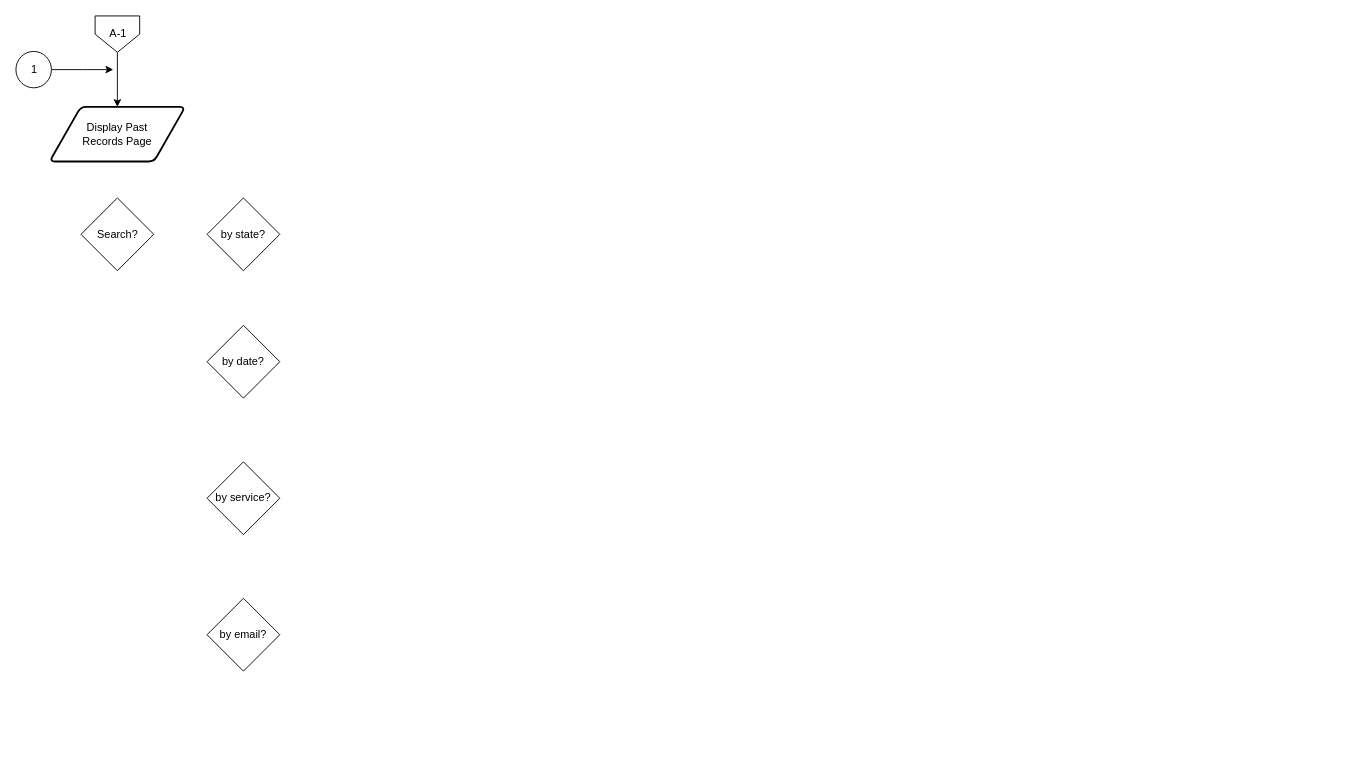
The draw.io diagram page "(A-2) Past Records" (4 of 10) of Flowchart.drawio in justpaulmiguel/Web1Proj, before the edit. Source tidied: cells renumbered, new cells numbered last; positions are measured from the earlier drawing's top-left corner, leaving out a move shared by most shapes. Both pictures are drawn from the tidied source at 91%, with x=0, y=0 at pixel (15, 15).
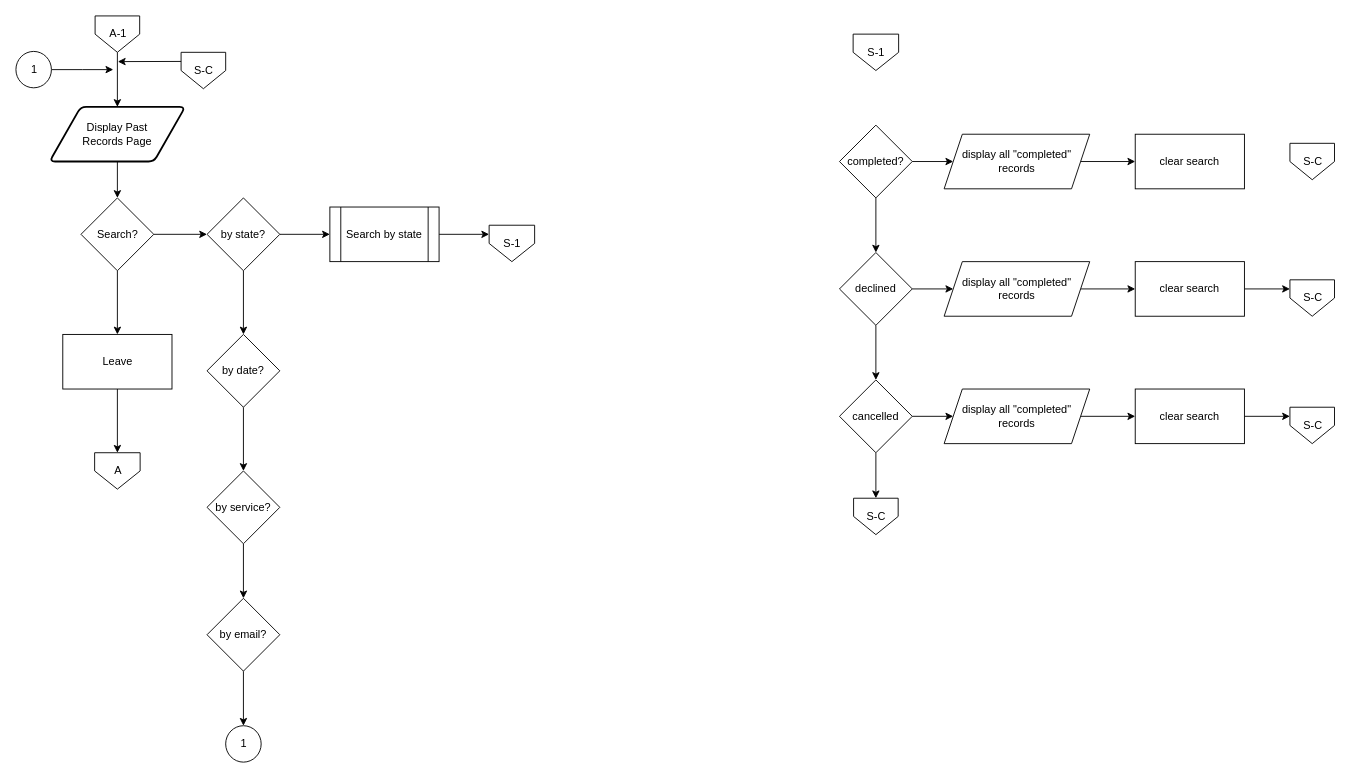
Above is the later version.

Unchanged cells that the change refers to:
```xml
<mxCell id="6" value="Display Past&lt;br&gt;Records&amp;nbsp;Page" style="shape=parallelogram;html=1;strokeWidth=2;perimeter=parallelogramPerimeter;whiteSpace=wrap;rounded=1;arcSize=12;size=0.23;" parent="1" vertex="1">
  <mxGeometry x="37" y="100" width="149" height="60" as="geometry" />
</mxCell>
<mxCell id="7" value="Search?" style="rhombus;whiteSpace=wrap;html=1;" parent="1" vertex="1">
  <mxGeometry x="71.5" y="200" width="80" height="80" as="geometry" />
</mxCell>
<mxCell id="8" value="by state?" style="rhombus;whiteSpace=wrap;html=1;" parent="1" vertex="1">
  <mxGeometry x="210" y="200" width="80" height="80" as="geometry" />
</mxCell>
<mxCell id="11" value="by email?" style="rhombus;whiteSpace=wrap;html=1;" parent="1" vertex="1">
  <mxGeometry x="210" y="640" width="80" height="80" as="geometry" />
</mxCell>
```

What changed in the source:
```diff
@@
+    <mxCell id="12" style="edgeStyle=none;html=1;exitX=0.5;exitY=1;exitDx=0;exitDy=0;entryX=0.5;entryY=0;entryDx=0;entryDy=0;" parent="1" edge="1" source="6" target="7">
+      <mxGeometry relative="1" as="geometry" />
+    </mxCell>
@@
+    <mxCell id="13" style="edgeStyle=none;html=1;exitX=1;exitY=0.5;exitDx=0;exitDy=0;entryX=0;entryY=0.5;entryDx=0;entryDy=0;" parent="1" edge="1" source="7" target="8">
+      <mxGeometry relative="1" as="geometry" />
+    </mxCell>
+    <mxCell id="14" style="edgeStyle=none;html=1;exitX=0.5;exitY=1;exitDx=0;exitDy=0;entryX=0.5;entryY=0;entryDx=0;entryDy=0;" parent="1" edge="1" source="7" target="21">
+      <mxGeometry relative="1" as="geometry" />
+    </mxCell>
@@
+    <mxCell id="15" style="edgeStyle=none;html=1;exitX=0.5;exitY=1;exitDx=0;exitDy=0;entryX=0.5;entryY=0;entryDx=0;entryDy=0;" parent="1" edge="1" source="8" target="9">
+      <mxGeometry relative="1" as="geometry" />
+    </mxCell>
+    <mxCell id="16" style="edgeStyle=none;html=1;exitX=1;exitY=0.5;exitDx=0;exitDy=0;entryX=0;entryY=0.5;entryDx=0;entryDy=0;" parent="1" edge="1" source="8" target="25">
+      <mxGeometry relative="1" as="geometry" />
+    </mxCell>
@@
+    <mxCell id="17" style="edgeStyle=none;html=1;exitX=0.5;exitY=1;exitDx=0;exitDy=0;entryX=0.5;entryY=0;entryDx=0;entryDy=0;" parent="1" edge="1" source="9" target="10">
+      <mxGeometry relative="1" as="geometry" />
+    </mxCell>
     <mxCell id="9" value="by date?" style="rhombus;whiteSpace=wrap;html=1;" parent="1" vertex="1">
-      <mxGeometry x="210" y="340" width="80" height="80" as="geometry" />
+      <mxGeometry x="210" y="350" width="80" height="80" as="geometry" />
     </mxCell>
+    <mxCell id="18" style="edgeStyle=none;html=1;exitX=0.5;exitY=1;exitDx=0;exitDy=0;entryX=0.5;entryY=0;entryDx=0;entryDy=0;" parent="1" edge="1" source="10" target="11">
+      <mxGeometry relative="1" as="geometry" />
+    </mxCell>
     <mxCell id="10" value="by service?" style="rhombus;whiteSpace=wrap;html=1;" parent="1" vertex="1">
-      <mxGeometry x="210" y="490" width="80" height="80" as="geometry" />
+      <mxGeometry x="210" y="500" width="80" height="80" as="geometry" />
     </mxCell>
+    <mxCell id="19" style="edgeStyle=none;html=1;exitX=0.5;exitY=1;exitDx=0;exitDy=0;entryX=0.5;entryY=0;entryDx=0;entryDy=0;entryPerimeter=0;" parent="1" edge="1" source="11" target="23">
+      <mxGeometry relative="1" as="geometry" />
+    </mxCell>
@@
+    <mxCell id="20" style="edgeStyle=none;html=1;exitX=0.5;exitY=1;exitDx=0;exitDy=0;entryX=0.5;entryY=0;entryDx=0;entryDy=0;" parent="1" edge="1" source="21" target="22">
+      <mxGeometry relative="1" as="geometry" />
+    </mxCell>
+    <mxCell id="21" value="Leave" style="rounded=0;whiteSpace=wrap;html=1;" parent="1" vertex="1">
+      <mxGeometry x="51.5" y="350" width="120" height="60" as="geometry" />
+    </mxCell>
+    <mxCell id="22" value="A" style="verticalLabelPosition=middle;verticalAlign=middle;html=1;shape=offPageConnector;rounded=0;size=0.5;labelPosition=center;align=center;" parent="1" vertex="1">
+      <mxGeometry x="86.5" y="480" width="50" height="40" as="geometry" />
+    </mxCell>
+    <mxCell id="23" value="1" style="verticalLabelPosition=middle;verticalAlign=middle;html=1;shape=mxgraph.flowchart.on-page_reference;labelPosition=center;align=center;" parent="1" vertex="1">
+      <mxGeometry x="230.5" y="780" width="39" height="40" as="geometry" />
+    </mxCell>
+    <mxCell id="24" style="edgeStyle=none;html=1;exitX=1;exitY=0.5;exitDx=0;exitDy=0;entryX=0;entryY=0.25;entryDx=0;entryDy=0;" parent="1" edge="1" source="25" target="26">
+      <mxGeometry relative="1" as="geometry" />
+    </mxCell>
+    <mxCell id="25" value="Search by state" style="shape=process;whiteSpace=wrap;html=1;backgroundOutline=1;" parent="1" vertex="1">
+      <mxGeometry x="345" y="210" width="120" height="60" as="geometry" />
+    </mxCell>
+    <mxCell id="26" value="S-1" style="verticalLabelPosition=middle;verticalAlign=middle;html=1;shape=offPageConnector;rounded=0;size=0.5;labelPosition=center;align=center;" parent="1" vertex="1">
+      <mxGeometry x="520" y="230" width="50" height="40" as="geometry" />
+    </mxCell>
+    <mxCell id="27" value="S-1" style="verticalLabelPosition=middle;verticalAlign=middle;html=1;shape=offPageConnector;rounded=0;size=0.5;labelPosition=center;align=center;" parent="1" vertex="1">
+      <mxGeometry x="920" y="20" width="50" height="40" as="geometry" />
+    </mxCell>
+    <mxCell id="28" style="edgeStyle=none;html=1;exitX=0.5;exitY=1;exitDx=0;exitDy=0;entryX=0.5;entryY=0;entryDx=0;entryDy=0;" parent="1" edge="1" source="30" target="33">
+      <mxGeometry relative="1" as="geometry" />
+    </mxCell>
+    <mxCell id="29" style="edgeStyle=none;html=1;exitX=1;exitY=0.5;exitDx=0;exitDy=0;" parent="1" edge="1" source="30" target="38">
+      <mxGeometry relative="1" as="geometry" />
+    </mxCell>
+    <mxCell id="30" value="completed?" style="rhombus;whiteSpace=wrap;html=1;" parent="1" vertex="1">
+      <mxGeometry x="905" y="120" width="80" height="80" as="geometry" />
+    </mxCell>
+    <mxCell id="31" style="edgeStyle=none;html=1;exitX=0.5;exitY=1;exitDx=0;exitDy=0;entryX=0.5;entryY=0;entryDx=0;entryDy=0;" parent="1" edge="1" source="33" target="36">
+      <mxGeometry relative="1" as="geometry" />
+    </mxCell>
+    <mxCell id="32" style="edgeStyle=none;html=1;exitX=1;exitY=0.5;exitDx=0;exitDy=0;entryX=0;entryY=0.5;entryDx=0;entryDy=0;" parent="1" edge="1" source="33" target="44">
+      <mxGeometry relative="1" as="geometry" />
+    </mxCell>
+    <mxCell id="33" value="declined" style="rhombus;whiteSpace=wrap;html=1;" parent="1" vertex="1">
+      <mxGeometry x="905" y="260" width="80" height="80" as="geometry" />
+    </mxCell>
+    <mxCell id="34" style="edgeStyle=none;html=1;exitX=0.5;exitY=1;exitDx=0;exitDy=0;entryX=0.5;entryY=0;entryDx=0;entryDy=0;" parent="1" edge="1" source="36" target="53">
+      <mxGeometry relative="1" as="geometry" />
+    </mxCell>
+    <mxCell id="35" style="edgeStyle=none;html=1;exitX=1;exitY=0.5;exitDx=0;exitDy=0;" parent="1" edge="1" source="36" target="49">
+      <mxGeometry relative="1" as="geometry" />
+    </mxCell>
+    <mxCell id="36" value="cancelled" style="rhombus;whiteSpace=wrap;html=1;" parent="1" vertex="1">
+      <mxGeometry x="905" y="400" width="80" height="80" as="geometry" />
+    </mxCell>
+    <mxCell id="37" style="edgeStyle=none;html=1;exitX=1;exitY=0.5;exitDx=0;exitDy=0;entryX=0;entryY=0.5;entryDx=0;entryDy=0;" parent="1" edge="1" source="38" target="39">
+      <mxGeometry relative="1" as="geometry" />
+    </mxCell>
+    <mxCell id="38" value="display all &quot;completed&quot;&lt;br&gt;records" style="shape=parallelogram;perimeter=parallelogramPerimeter;whiteSpace=wrap;html=1;fixedSize=1;" parent="1" vertex="1">
+      <mxGeometry x="1020" y="130" width="160" height="60" as="geometry" />
+    </mxCell>
+    <mxCell id="39" value="clear search" style="rounded=0;whiteSpace=wrap;html=1;" parent="1" vertex="1">
+      <mxGeometry x="1230" y="130" width="120" height="60" as="geometry" />
+    </mxCell>
+    <mxCell id="40" style="edgeStyle=none;html=1;exitX=0;exitY=0.25;exitDx=0;exitDy=0;" parent="1" edge="1">
+      <mxGeometry relative="1" as="geometry">
+        <mxPoint x="183.5" y="50" as="sourcePoint" />
+        <mxPoint x="112" y="50.2" as="targetPoint" />
+      </mxGeometry>
+    </mxCell>
+    <mxCell id="41" value="S-C" style="verticalLabelPosition=middle;verticalAlign=middle;html=1;shape=offPageConnector;rounded=0;size=0.5;labelPosition=center;align=center;" parent="1" vertex="1">
+      <mxGeometry x="181.5" y="40" width="49" height="40" as="geometry" />
+    </mxCell>
+    <mxCell id="42" value="S-C" style="verticalLabelPosition=middle;verticalAlign=middle;html=1;shape=offPageConnector;rounded=0;size=0.5;labelPosition=center;align=center;" parent="1" vertex="1">
+      <mxGeometry x="1400" y="140" width="49" height="40" as="geometry" />
+    </mxCell>
+    <mxCell id="43" style="edgeStyle=none;html=1;exitX=1;exitY=0.5;exitDx=0;exitDy=0;entryX=0;entryY=0.5;entryDx=0;entryDy=0;" parent="1" edge="1" source="44" target="46">
+      <mxGeometry relative="1" as="geometry" />
+    </mxCell>
+    <mxCell id="44" value="display all &quot;completed&quot;&lt;br&gt;records" style="shape=parallelogram;perimeter=parallelogramPerimeter;whiteSpace=wrap;html=1;fixedSize=1;" parent="1" vertex="1">
+      <mxGeometry x="1020" y="270" width="160" height="60" as="geometry" />
+    </mxCell>
+    <mxCell id="45" style="edgeStyle=none;html=1;exitX=1;exitY=0.5;exitDx=0;exitDy=0;entryX=0;entryY=0.25;entryDx=0;entryDy=0;" parent="1" edge="1" source="46" target="47">
+      <mxGeometry relative="1" as="geometry" />
+    </mxCell>
+    <mxCell id="46" value="clear search" style="rounded=0;whiteSpace=wrap;html=1;" parent="1" vertex="1">
+      <mxGeometry x="1230" y="270" width="120" height="60" as="geometry" />
+    </mxCell>
+    <mxCell id="47" value="S-C" style="verticalLabelPosition=middle;verticalAlign=middle;html=1;shape=offPageConnector;rounded=0;size=0.5;labelPosition=center;align=center;" parent="1" vertex="1">
+      <mxGeometry x="1400" y="290" width="49" height="40" as="geometry" />
+    </mxCell>
+    <mxCell id="48" style="edgeStyle=none;html=1;exitX=1;exitY=0.5;exitDx=0;exitDy=0;entryX=0;entryY=0.5;entryDx=0;entryDy=0;" parent="1" edge="1" source="49" target="51">
+      <mxGeometry relative="1" as="geometry" />
+    </mxCell>
+    <mxCell id="49" value="display all &quot;completed&quot;&lt;br&gt;records" style="shape=parallelogram;perimeter=parallelogramPerimeter;whiteSpace=wrap;html=1;fixedSize=1;" parent="1" vertex="1">
+      <mxGeometry x="1020" y="410" width="160" height="60" as="geometry" />
+    </mxCell>
+    <mxCell id="50" style="edgeStyle=none;html=1;exitX=1;exitY=0.5;exitDx=0;exitDy=0;entryX=0;entryY=0.25;entryDx=0;entryDy=0;" parent="1" edge="1" source="51" target="52">
+      <mxGeometry relative="1" as="geometry" />
+    </mxCell>
+    <mxCell id="51" value="clear search" style="rounded=0;whiteSpace=wrap;html=1;" parent="1" vertex="1">
+      <mxGeometry x="1230" y="410" width="120" height="60" as="geometry" />
+    </mxCell>
+    <mxCell id="52" value="S-C" style="verticalLabelPosition=middle;verticalAlign=middle;html=1;shape=offPageConnector;rounded=0;size=0.5;labelPosition=center;align=center;" parent="1" vertex="1">
+      <mxGeometry x="1400" y="430" width="49" height="40" as="geometry" />
+    </mxCell>
+    <mxCell id="53" value="S-C" style="verticalLabelPosition=middle;verticalAlign=middle;html=1;shape=offPageConnector;rounded=0;size=0.5;labelPosition=center;align=center;" parent="1" vertex="1">
+      <mxGeometry x="920.5" y="530" width="49" height="40" as="geometry" />
+    </mxCell>
```
